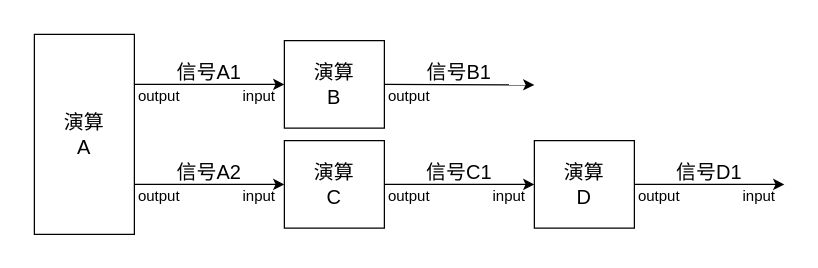
Earlier version of the draw.io diagram diagram/car_calculation_flow.dio (haru-mq/trace-42193). Source tidied: cells renumbered, new cells numbered last; positions are measured from the earlier drawing's top-left corner, leaving out a move shared by most shapes. Both pictures are drawn from the tidied source at 125%, with x=0, y=0 at pixel (21, 21).
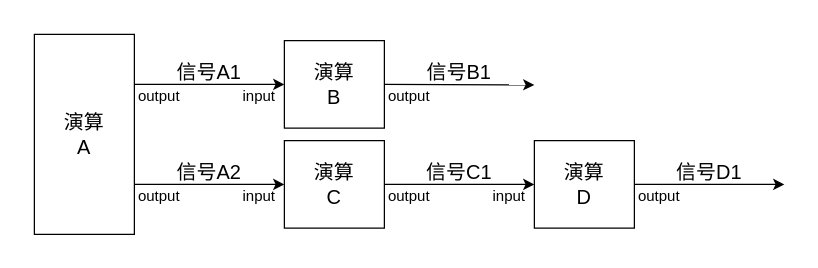
The same diagram, later.

Unchanged cells that the change refers to:
```xml
<mxCell id="17" value="演算&lt;div&gt;D&lt;/div&gt;" style="whiteSpace=wrap;html=1;fontSize=16;" parent="1" vertex="1">
  <mxGeometry x="410" y="95" width="80" height="70" as="geometry" />
</mxCell>
```

What changed in the source:
```diff
@@
-    <mxCell id="16" style="edgeStyle=none;html=1;exitX=1;exitY=0.5;exitDx=0;exitDy=0;entryX=1;entryY=0;entryDx=0;entryDy=0;" parent="1" edge="1" source="17" target="23">
-      <mxGeometry relative="1" as="geometry" />
+    <mxCell id="16" style="edgeStyle=none;html=1;exitX=1;exitY=0.5;exitDx=0;exitDy=0;entryX=1;entryY=0;entryDx=0;entryDy=0;" parent="1" edge="1" source="17">
+      <mxGeometry relative="1" as="geometry">
+        <mxPoint x="610" y="130" as="targetPoint" />
+      </mxGeometry>
     </mxCell>
@@
-    <mxCell id="23" value="input" style="whiteSpace=wrap;html=1;fillColor=none;strokeColor=none;" parent="1" vertex="1">
-      <mxGeometry x="570" y="130" width="40" height="20" as="geometry" />
-    </mxCell>
```
